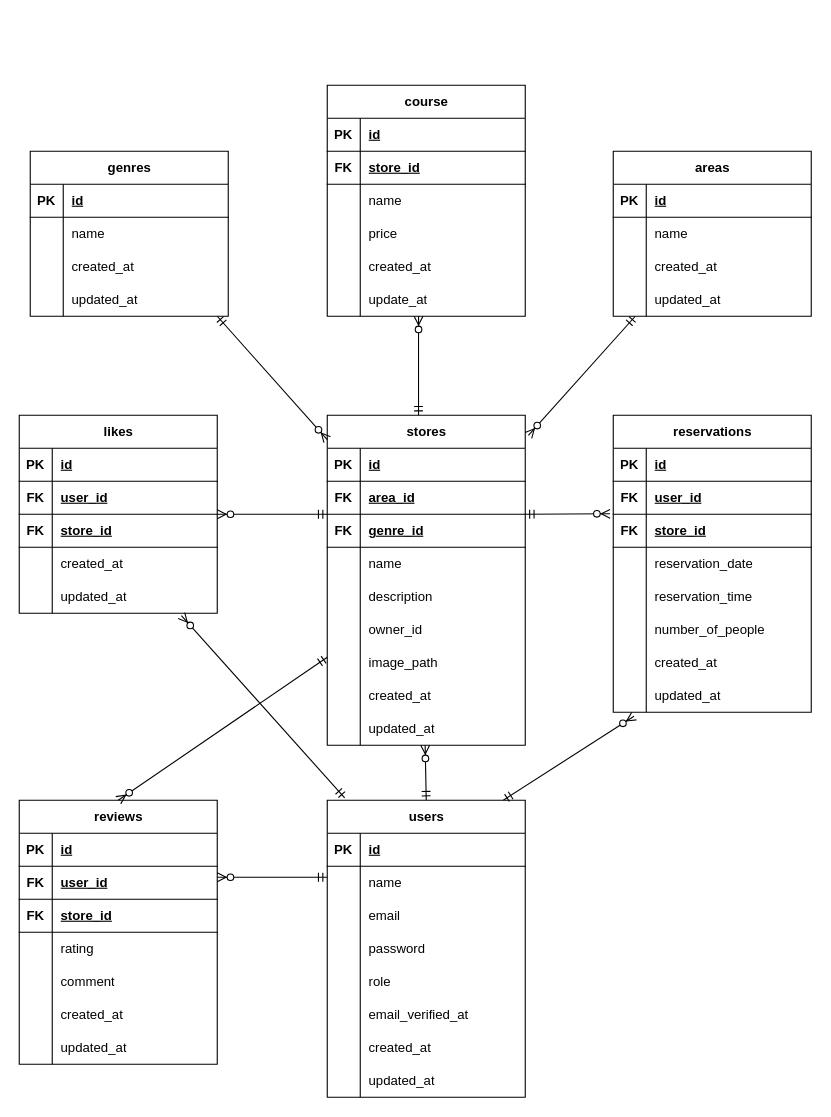
This is er.drawio from kttmm717/rese, a draw.io file, before an edit. Source tidied: cells renumbered, new cells numbered last; positions are measured from the earlier drawing's top-left corner, leaving out a move shared by most shapes. Both pictures are drawn from the tidied source at 110%, with x=0, y=0 at pixel (19, 85).
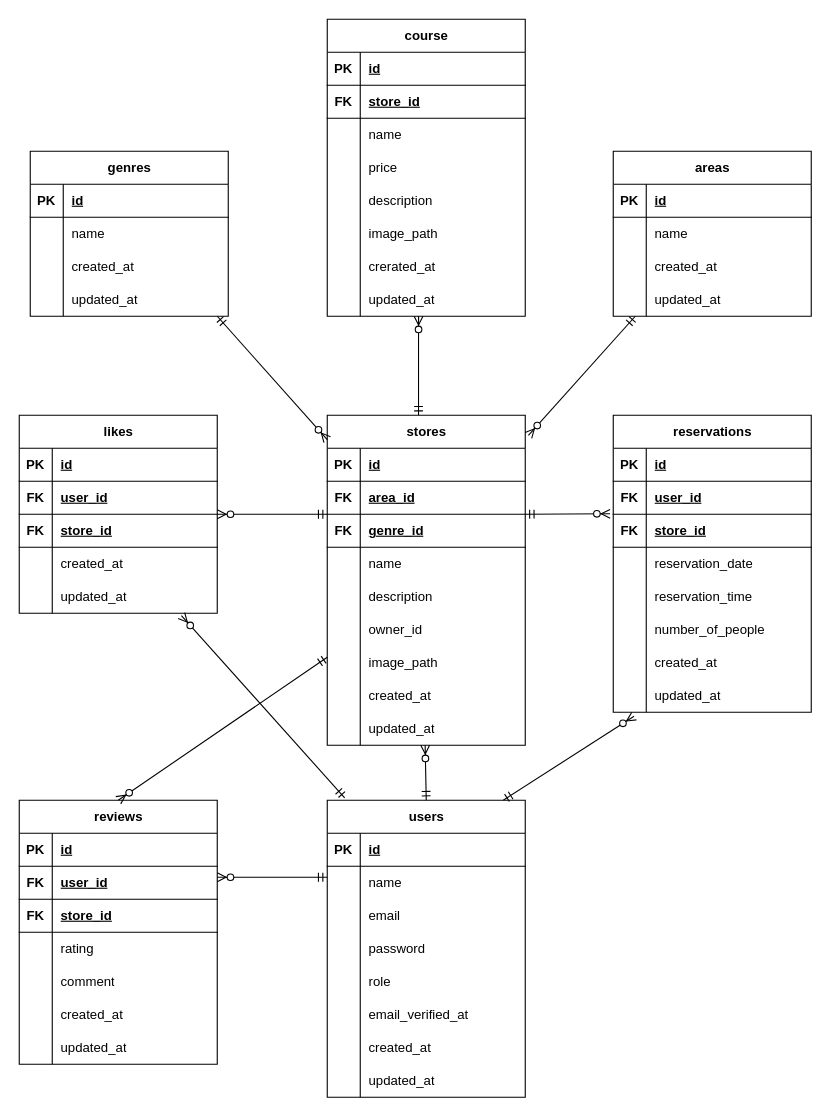
The same page after the edit.

Unchanged cells that the change refers to:
```xml
<mxCell id="166" style="shape=tableRow;horizontal=0;startSize=0;swimlaneHead=0;swimlaneBody=0;fillColor=none;top=0;left=0;right=0;bottom=0;" parent="153" vertex="1">
  <mxGeometry y="150" width="180" height="30" as="geometry" />
</mxCell>
<mxCell id="169" style="shape=tableRow;horizontal=0;startSize=0;swimlaneHead=0;swimlaneBody=0;fillColor=none;top=0;left=0;right=0;bottom=0;" parent="153" vertex="1">
  <mxGeometry y="180" width="180" height="30" as="geometry" />
</mxCell>
```

Diff of the diagram source:
```diff
@@
     <mxCell id="153" value="course" style="shape=table;startSize=30;childLayout=tableLayout;rowLines=0;fontStyle=1;align=center;html=1;" parent="1" vertex="1">
-      <mxGeometry x="280" width="180" height="210" as="geometry" />
+      <mxGeometry x="280" y="-60" width="180" height="270" as="geometry" />
     </mxCell>
@@
-    <mxCell id="168" value="created_at" style="shape=partialRectangle;fillColor=none;top=0;left=0;bottom=0;right=0;align=left;spacingLeft=6;overflow=hidden;whiteSpace=wrap;html=1;" parent="166" vertex="1">
+    <mxCell id="168" value="description" style="shape=partialRectangle;fillColor=none;top=0;left=0;bottom=0;right=0;align=left;spacingLeft=6;overflow=hidden;whiteSpace=wrap;html=1;" parent="166" vertex="1">
       <mxGeometry x="30" width="150" height="30" as="geometry" />
     </mxCell>
@@
-    <mxCell id="171" value="update_at" style="shape=partialRectangle;fillColor=none;top=0;left=0;bottom=0;right=0;align=left;spacingLeft=6;overflow=hidden;whiteSpace=wrap;html=1;" parent="169" vertex="1">
+    <mxCell id="171" value="image_path" style="shape=partialRectangle;fillColor=none;top=0;left=0;bottom=0;right=0;align=left;spacingLeft=6;overflow=hidden;whiteSpace=wrap;html=1;" parent="169" vertex="1">
       <mxGeometry x="30" width="150" height="30" as="geometry" />
     </mxCell>
+    <mxCell id="173" style="shape=tableRow;horizontal=0;startSize=0;swimlaneHead=0;swimlaneBody=0;fillColor=none;top=0;left=0;right=0;bottom=0;" parent="153" vertex="1">
+      <mxGeometry y="210" width="180" height="30" as="geometry" />
+    </mxCell>
+    <mxCell id="174" style="shape=partialRectangle;fillColor=none;top=0;left=0;bottom=0;right=0;overflow=hidden;whiteSpace=wrap;html=1;" parent="173" vertex="1">
+      <mxGeometry width="30" height="30" as="geometry" />
+    </mxCell>
+    <mxCell id="175" value="crerated_at" style="shape=partialRectangle;fillColor=none;top=0;left=0;bottom=0;right=0;align=left;spacingLeft=6;overflow=hidden;whiteSpace=wrap;html=1;" parent="173" vertex="1">
+      <mxGeometry x="30" width="150" height="30" as="geometry" />
+    </mxCell>
+    <mxCell id="176" style="shape=tableRow;horizontal=0;startSize=0;swimlaneHead=0;swimlaneBody=0;fillColor=none;top=0;left=0;right=0;bottom=0;" parent="153" vertex="1">
+      <mxGeometry y="240" width="180" height="30" as="geometry" />
+    </mxCell>
+    <mxCell id="177" style="shape=partialRectangle;fillColor=none;top=0;left=0;bottom=0;right=0;overflow=hidden;whiteSpace=wrap;html=1;" parent="176" vertex="1">
+      <mxGeometry width="30" height="30" as="geometry" />
+    </mxCell>
+    <mxCell id="178" value="&lt;span style=&quot;color: rgb(0, 0, 0);&quot;&gt;updated_at&lt;/span&gt;" style="shape=partialRectangle;fillColor=none;top=0;left=0;bottom=0;right=0;align=left;spacingLeft=6;overflow=hidden;whiteSpace=wrap;html=1;" parent="176" vertex="1">
+      <mxGeometry x="30" width="150" height="30" as="geometry" />
+    </mxCell>
```
